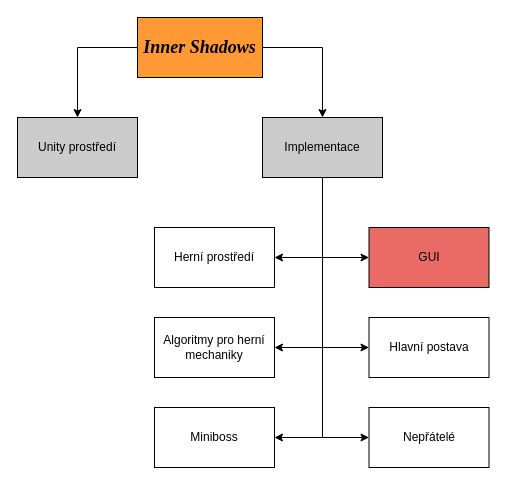
Earlier version of the draw.io diagram Implementace.drawio (Jurgee/BP). Source tidied: cells renumbered, new cells numbered last; positions are measured from the earlier drawing's top-left corner, leaving out a move shared by most shapes. Both pictures are drawn from the tidied source at 100%, with x=0, y=0 at pixel (17, 17).
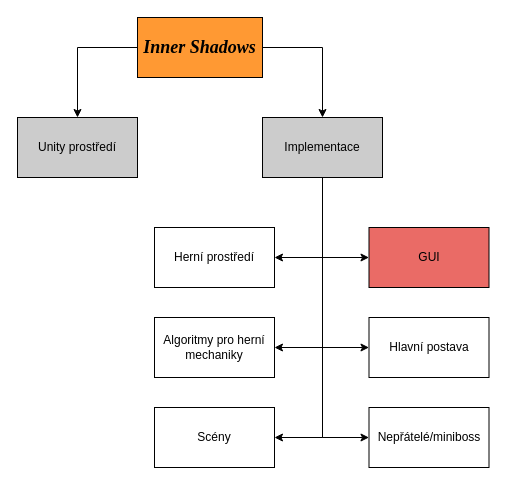
The same page after the edit.

The edit, as a diff of the source:
```diff
@@
-    <mxCell id="17" value="&lt;font style=&quot;font-size: 12px;&quot;&gt;Nepřátelé&lt;/font&gt;" style="rounded=0;whiteSpace=wrap;html=1;" parent="1" vertex="1">
+    <mxCell id="17" value="&lt;font style=&quot;font-size: 12px;&quot;&gt;Nepřátelé/miniboss&lt;/font&gt;" style="rounded=0;whiteSpace=wrap;html=1;" parent="1" vertex="1">
       <mxGeometry x="351.5" y="390" width="120" height="60" as="geometry" />
     </mxCell>
-    <mxCell id="18" value="&lt;font style=&quot;font-size: 12px;&quot;&gt;Miniboss&lt;/font&gt;" style="rounded=0;whiteSpace=wrap;html=1;" parent="1" vertex="1">
+    <mxCell id="18" value="&lt;font style=&quot;font-size: 12px;&quot;&gt;Scény&lt;/font&gt;" style="rounded=0;whiteSpace=wrap;html=1;" parent="1" vertex="1">
       <mxGeometry x="137" y="390" width="120" height="60" as="geometry" />
     </mxCell>
```
